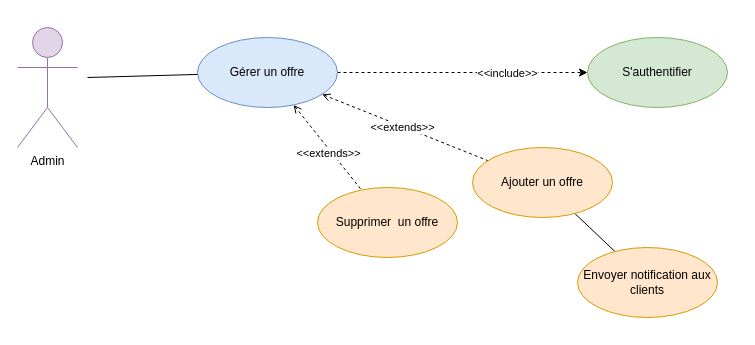
Earlier version of the draw.io diagram UseCase_offres.drawio (amine-elarass49/angular_doc). Source tidied: cells renumbered, new cells numbered last; positions are measured from the earlier drawing's top-left corner, leaving out a move shared by most shapes. Both pictures are drawn from the tidied source at 100%, with x=0, y=0 at pixel (17, 27).
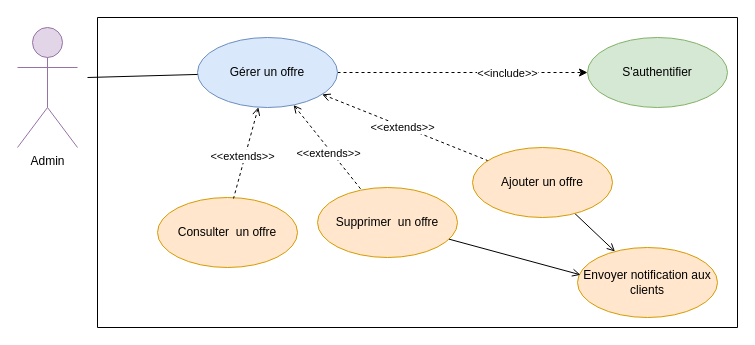
The same page after the edit.

The change refers to these unchanged cells:
```xml
<mxCell id="8" value="Gérer un offre" style="ellipse;whiteSpace=wrap;html=1;fillColor=#dae8fc;strokeColor=#6c8ebf;" parent="1" vertex="1">
  <mxGeometry x="180" y="10" width="140" height="70" as="geometry" />
</mxCell>
<mxCell id="10" value="Ajouter un offre" style="ellipse;whiteSpace=wrap;html=1;fillColor=#ffe6cc;strokeColor=#d79b00;" parent="1" vertex="1">
  <mxGeometry x="455" y="120" width="140" height="70" as="geometry" />
</mxCell>
<mxCell id="11" value="Supprimer&amp;nbsp; un offre" style="ellipse;whiteSpace=wrap;html=1;fillColor=#ffe6cc;strokeColor=#d79b00;" parent="1" vertex="1">
  <mxGeometry x="300" y="160" width="140" height="70" as="geometry" />
</mxCell>
<mxCell id="15" value="Envoyer notification aux clients" style="ellipse;whiteSpace=wrap;html=1;fillColor=#ffe6cc;strokeColor=#d79b00;" parent="1" vertex="1">
  <mxGeometry x="560" y="220" width="140" height="70" as="geometry" />
</mxCell>
```

Change to the diagram source:
```diff
@@
-    <mxCell id="9" style="rounded=0;jettySize=auto;html=1;endArrow=none;endFill=0;" parent="1" edge="1" source="10" target="15">
+    <mxCell id="9" style="rounded=0;jettySize=auto;html=1;endArrow=open;endFill=0;" parent="1" edge="1" source="10" target="15">
       <mxGeometry relative="1" as="geometry" />
     </mxCell>
@@
+    <mxCell id="16" value="Consulter&amp;nbsp; un offre" style="ellipse;whiteSpace=wrap;html=1;fillColor=#ffe6cc;strokeColor=#d79b00;" parent="1" vertex="1">
+      <mxGeometry x="140" y="170" width="140" height="70" as="geometry" />
+    </mxCell>
+    <mxCell id="17" style="rounded=0;jettySize=auto;html=1;dashed=1;startArrow=open;startFill=0;endArrow=none;endFill=0;entryX=0.543;entryY=0.014;entryDx=0;entryDy=0;entryPerimeter=0;" parent="1" edge="1" source="8" target="16">
+      <mxGeometry relative="1" as="geometry" />
+    </mxCell>
+    <mxCell id="18" value="&amp;lt;&amp;lt;extends&amp;gt;&amp;gt;" style="edgeLabel;html=1;align=center;verticalAlign=middle;" parent="17" vertex="1">
+      <mxGeometry x="0.08" y="-3" relative="1" as="geometry" />
+    </mxCell>
+    <mxCell id="19" style="rounded=0;jettySize=auto;html=1;endArrow=open;endFill=0;entryX=0.021;entryY=0.39;entryDx=0;entryDy=0;entryPerimeter=0;" parent="1" edge="1" source="11" target="15">
+      <mxGeometry relative="1" as="geometry" />
+    </mxCell>
+    <mxCell id="20" style="swimlane;startSize=0;" parent="1" vertex="1">
+      <mxGeometry x="80" y="-10" width="640" height="310" as="geometry" />
+    </mxCell>
```
